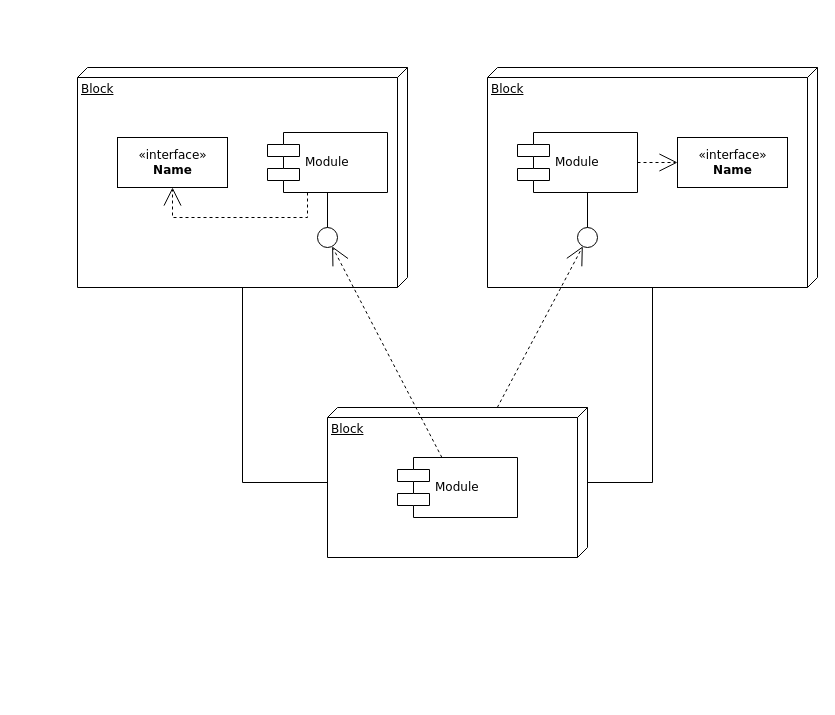
Before: class.drawio in NamSangMi/-personal-learning, a draw.io diagram. Source tidied: cells renumbered, new cells numbered last; positions are measured from the earlier drawing's top-left corner, leaving out a move shared by most shapes. Both pictures are drawn from the tidied source at 100%, with x=0, y=0 at pixel (77, 67).
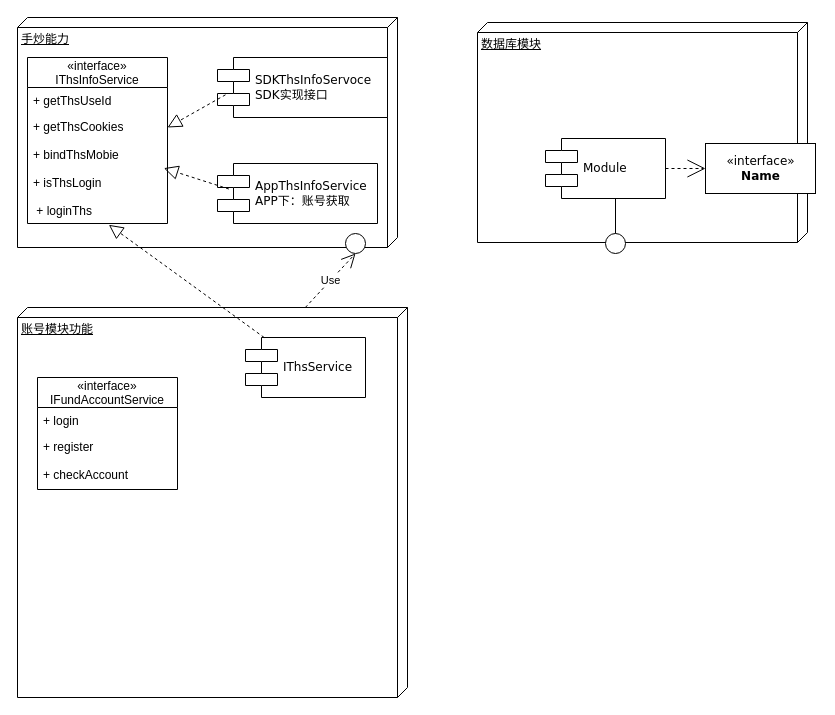
Above is the later version.

What changed in the source:
```diff
@@
-    <mxCell id="2" value="Block" style="verticalAlign=top;align=left;spacingTop=8;spacingLeft=2;spacingRight=12;shape=cube;size=10;direction=south;fontStyle=4;html=1;rounded=0;shadow=0;comic=0;labelBackgroundColor=none;strokeWidth=1;fontFamily=Verdana;fontSize=12;" parent="1" vertex="1">
-      <mxGeometry width="330" height="220" as="geometry" />
+    <mxCell id="2" value="手炒能力" style="verticalAlign=top;align=left;spacingTop=8;spacingLeft=2;spacingRight=12;shape=cube;size=10;direction=south;fontStyle=4;html=1;rounded=0;shadow=0;comic=0;labelBackgroundColor=none;strokeWidth=1;fontFamily=Verdana;fontSize=12;" parent="1" vertex="1">
+      <mxGeometry x="-60" y="-50" width="380" height="230" as="geometry" />
     </mxCell>
-    <mxCell id="3" value="Block" style="verticalAlign=top;align=left;spacingTop=8;spacingLeft=2;spacingRight=12;shape=cube;size=10;direction=south;fontStyle=4;html=1;rounded=0;shadow=0;comic=0;labelBackgroundColor=none;strokeWidth=1;fontFamily=Verdana;fontSize=12;" parent="1" vertex="1">
-      <mxGeometry x="410" width="330" height="220" as="geometry" />
+    <mxCell id="3" value="数据库模块" style="verticalAlign=top;align=left;spacingTop=8;spacingLeft=2;spacingRight=12;shape=cube;size=10;direction=south;fontStyle=4;html=1;rounded=0;shadow=0;comic=0;labelBackgroundColor=none;strokeWidth=1;fontFamily=Verdana;fontSize=12;" parent="1" vertex="1">
+      <mxGeometry x="400" y="-45" width="330" height="220" as="geometry" />
     </mxCell>
-    <mxCell id="4" value="Block" style="verticalAlign=top;align=left;spacingTop=8;spacingLeft=2;spacingRight=12;shape=cube;size=10;direction=south;fontStyle=4;html=1;rounded=0;shadow=0;comic=0;labelBackgroundColor=none;strokeWidth=1;fontFamily=Verdana;fontSize=12;" parent="1" vertex="1">
-      <mxGeometry x="250" y="340" width="260" height="150" as="geometry" />
+    <mxCell id="4" value="账号模块功能" style="verticalAlign=top;align=left;spacingTop=8;spacingLeft=2;spacingRight=12;shape=cube;size=10;direction=south;fontStyle=4;html=1;rounded=0;shadow=0;comic=0;labelBackgroundColor=none;strokeWidth=1;fontFamily=Verdana;fontSize=12;" parent="1" vertex="1">
+      <mxGeometry x="-60" y="240" width="390" height="390" as="geometry" />
     </mxCell>
-    <mxCell id="5" value="&amp;laquo;interface&amp;raquo;&lt;br&gt;&lt;b&gt;Name&lt;/b&gt;" style="html=1;rounded=0;shadow=0;comic=0;labelBackgroundColor=none;strokeWidth=1;fontFamily=Verdana;fontSize=12;align=center;" parent="1" vertex="1">
-      <mxGeometry x="40" y="70" width="110" height="50" as="geometry" />
-    </mxCell>
-    <mxCell id="6" value="Module" style="shape=component;align=left;spacingLeft=36;rounded=0;shadow=0;comic=0;labelBackgroundColor=none;strokeWidth=1;fontFamily=Verdana;fontSize=12;html=1;" parent="1" vertex="1">
-      <mxGeometry x="190" y="65" width="120" height="60" as="geometry" />
+    <mxCell id="6" value="SDKThsInfoServoce&lt;br&gt;SDK实现接口" style="shape=component;align=left;spacingLeft=36;rounded=0;shadow=0;comic=0;labelBackgroundColor=none;strokeWidth=1;fontFamily=Verdana;fontSize=12;html=1;" parent="1" vertex="1">
+      <mxGeometry x="140" y="-10" width="170" height="60" as="geometry" />
     </mxCell>
     <mxCell id="7" style="ellipse;whiteSpace=wrap;html=1;rounded=0;shadow=0;comic=0;labelBackgroundColor=none;strokeWidth=1;fontFamily=Verdana;fontSize=12;align=center;" parent="1" vertex="1">
-      <mxGeometry x="240" y="160" width="20" height="20" as="geometry" />
+      <mxGeometry x="268" y="166" width="20" height="20" as="geometry" />
     </mxCell>
     <mxCell id="8" value="Module" style="shape=component;align=left;spacingLeft=36;rounded=0;shadow=0;comic=0;labelBackgroundColor=none;strokeWidth=1;fontFamily=Verdana;fontSize=12;html=1;" parent="1" vertex="1">
-      <mxGeometry x="440" y="65" width="120" height="60" as="geometry" />
+      <mxGeometry x="468" y="71" width="120" height="60" as="geometry" />
     </mxCell>
     <mxCell id="9" value="&amp;laquo;interface&amp;raquo;&lt;br&gt;&lt;b&gt;Name&lt;/b&gt;" style="html=1;rounded=0;shadow=0;comic=0;labelBackgroundColor=none;strokeWidth=1;fontFamily=Verdana;fontSize=12;align=center;" parent="1" vertex="1">
-      <mxGeometry x="600" y="70" width="110" height="50" as="geometry" />
+      <mxGeometry x="628" y="76" width="110" height="50" as="geometry" />
     </mxCell>
     <mxCell id="10" style="ellipse;whiteSpace=wrap;html=1;rounded=0;shadow=0;comic=0;labelBackgroundColor=none;strokeWidth=1;fontFamily=Verdana;fontSize=12;align=center;" parent="1" vertex="1">
-      <mxGeometry x="500" y="160" width="20" height="20" as="geometry" />
+      <mxGeometry x="528" y="166" width="20" height="20" as="geometry" />
     </mxCell>
-    <mxCell id="11" value="Module" style="shape=component;align=left;spacingLeft=36;rounded=0;shadow=0;comic=0;labelBackgroundColor=none;strokeWidth=1;fontFamily=Verdana;fontSize=12;html=1;" parent="1" vertex="1">
-      <mxGeometry x="320" y="390" width="120" height="60" as="geometry" />
-    </mxCell>
-    <mxCell id="12" style="edgeStyle=none;rounded=0;html=1;dashed=1;labelBackgroundColor=none;startArrow=none;startFill=0;startSize=8;endArrow=open;endFill=0;endSize=16;fontFamily=Verdana;fontSize=12;" parent="1" edge="1" source="11" target="7">
-      <mxGeometry relative="1" as="geometry" />
-    </mxCell>
-    <mxCell id="13" style="edgeStyle=none;rounded=0;html=1;dashed=1;labelBackgroundColor=none;startArrow=none;startFill=0;startSize=8;endArrow=open;endFill=0;endSize=16;fontFamily=Verdana;fontSize=12;" parent="1" edge="1" source="4" target="10">
-      <mxGeometry relative="1" as="geometry" />
-    </mxCell>
@@
-    <mxCell id="15" style="edgeStyle=elbowEdgeStyle;rounded=0;html=1;labelBackgroundColor=none;startArrow=none;startFill=0;startSize=8;endArrow=none;endFill=0;endSize=16;fontFamily=Verdana;fontSize=12;" parent="1" edge="1" source="7" target="6">
-      <mxGeometry relative="1" as="geometry" />
-    </mxCell>
-    <mxCell id="16" style="edgeStyle=orthogonalEdgeStyle;rounded=0;html=1;labelBackgroundColor=none;startArrow=none;startFill=0;startSize=8;endArrow=open;endFill=0;endSize=16;fontFamily=Verdana;fontSize=12;dashed=1;" parent="1" edge="1" source="6" target="5">
-      <mxGeometry relative="1" as="geometry">
-        <Array as="points">
-          <mxPoint x="230" y="150" />
-          <mxPoint x="95" y="150" />
-        </Array>
-      </mxGeometry>
-    </mxCell>
@@
-    <mxCell id="18" style="edgeStyle=orthogonalEdgeStyle;rounded=0;html=1;labelBackgroundColor=none;startArrow=none;startFill=0;startSize=8;endArrow=none;endFill=0;endSize=16;fontFamily=Verdana;fontSize=12;" parent="1" edge="1" source="4" target="3">
-      <mxGeometry relative="1" as="geometry">
-        <Array as="points">
-          <mxPoint x="575" y="415" />
-        </Array>
-      </mxGeometry>
-    </mxCell>
-    <mxCell id="19" style="edgeStyle=orthogonalEdgeStyle;rounded=0;html=1;labelBackgroundColor=none;startArrow=none;startFill=0;startSize=8;endArrow=none;endFill=0;endSize=16;fontFamily=Verdana;fontSize=12;" parent="1" edge="1" source="4" target="2">
-      <mxGeometry relative="1" as="geometry">
-        <Array as="points">
-          <mxPoint x="165" y="415" />
-        </Array>
-      </mxGeometry>
-    </mxCell>
+    <mxCell id="20" value="«interface»&#10;IThsInfoService" style="swimlane;fontStyle=0;horizontal=1;startSize=30;" parent="1" vertex="1">
+      <mxGeometry x="-50" y="-10" width="140" height="166" as="geometry" />
+    </mxCell>
+    <mxCell id="21" value="+ getThsUseId" style="text;strokeColor=none;fillColor=none;align=left;verticalAlign=top;spacingLeft=4;spacingRight=4;overflow=hidden;" parent="20" vertex="1">
+      <mxGeometry y="30" width="140" height="26" as="geometry" />
+    </mxCell>
+    <mxCell id="22" value="+ getThsCookies" style="text;strokeColor=none;fillColor=none;align=left;verticalAlign=top;spacingLeft=4;spacingRight=4;overflow=hidden;points=[[0,0.5],[1,0.5]];portConstraint=eastwest;" parent="20" vertex="1">
+      <mxGeometry y="56" width="140" height="28" as="geometry" />
+    </mxCell>
+    <mxCell id="23" value="+ bindThsMobie" style="text;strokeColor=none;fillColor=none;align=left;verticalAlign=top;spacingLeft=4;spacingRight=4;overflow=hidden;" parent="20" vertex="1">
+      <mxGeometry y="84" width="140" height="28" as="geometry" />
+    </mxCell>
+    <mxCell id="24" value="+ isThsLogin" style="text;strokeColor=none;fillColor=none;align=left;verticalAlign=top;spacingLeft=4;spacingRight=4;overflow=hidden;points=[[0,0.5],[1,0.5]];portConstraint=eastwest;" parent="20" vertex="1">
+      <mxGeometry y="112" width="140" height="28" as="geometry" />
+    </mxCell>
+    <mxCell id="25" value=" + loginThs" style="text;strokeColor=none;fillColor=none;align=left;verticalAlign=top;spacingLeft=4;spacingRight=4;overflow=hidden;points=[[0,0.5],[1,0.5]];portConstraint=eastwest;" parent="20" vertex="1">
+      <mxGeometry y="140" width="140" height="26" as="geometry" />
+    </mxCell>
+    <mxCell id="26" value="AppThsInfoService&lt;br&gt;APP下：账号获取" style="shape=component;align=left;spacingLeft=36;rounded=0;shadow=0;comic=0;labelBackgroundColor=none;strokeWidth=1;fontFamily=Verdana;fontSize=12;html=1;" parent="1" vertex="1">
+      <mxGeometry x="140" y="96" width="160" height="60" as="geometry" />
+    </mxCell>
+    <mxCell id="27" value="«interface»&#10;IFundAccountService" style="swimlane;fontStyle=0;horizontal=1;startSize=30;" parent="1" vertex="1">
+      <mxGeometry x="-40" y="310" width="140" height="112" as="geometry" />
+    </mxCell>
+    <mxCell id="28" value="+ login" style="text;strokeColor=none;fillColor=none;align=left;verticalAlign=top;spacingLeft=4;spacingRight=4;overflow=hidden;" parent="27" vertex="1">
+      <mxGeometry y="30" width="140" height="26" as="geometry" />
+    </mxCell>
+    <mxCell id="29" value="+ register" style="text;strokeColor=none;fillColor=none;align=left;verticalAlign=top;spacingLeft=4;spacingRight=4;overflow=hidden;" parent="27" vertex="1">
+      <mxGeometry y="56" width="140" height="28" as="geometry" />
+    </mxCell>
+    <mxCell id="30" value="+ checkAccount" style="text;strokeColor=none;fillColor=none;align=left;verticalAlign=top;spacingLeft=4;spacingRight=4;overflow=hidden;" parent="27" vertex="1">
+      <mxGeometry y="84" width="140" height="28" as="geometry" />
+    </mxCell>
+    <mxCell id="31" value="IThsService&lt;br&gt;" style="shape=component;align=left;spacingLeft=36;rounded=0;shadow=0;comic=0;labelBackgroundColor=none;strokeWidth=1;fontFamily=Verdana;fontSize=12;html=1;" parent="1" vertex="1">
+      <mxGeometry x="168" y="270" width="120" height="60" as="geometry" />
+    </mxCell>
+    <mxCell id="32" value="Use" style="endArrow=open;endSize=12;dashed=1;html=1;entryX=0.5;entryY=1;entryDx=0;entryDy=0;exitX=0;exitY=0.262;exitDx=0;exitDy=0;exitPerimeter=0;" parent="1" edge="1" source="4" target="7">
+      <mxGeometry relative="1" as="geometry" />
+    </mxCell>
+    <mxCell id="33" style="endArrow=block;dashed=1;endFill=0;endSize=12;html=1;entryX=0.581;entryY=1.051;entryDx=0;entryDy=0;entryPerimeter=0;" parent="1" edge="1" source="31" target="25">
+      <mxGeometry relative="1" as="geometry" />
+    </mxCell>
+    <mxCell id="34" style="endArrow=block;dashed=1;endFill=0;endSize=12;html=1;entryX=0.974;entryY=-0.048;entryDx=0;entryDy=0;entryPerimeter=0;exitX=0.071;exitY=0.425;exitDx=0;exitDy=0;exitPerimeter=0;" parent="1" edge="1" source="26" target="24">
+      <mxGeometry relative="1" as="geometry" />
+    </mxCell>
+    <mxCell id="35" style="endArrow=block;dashed=1;endFill=0;endSize=12;html=1;entryX=1;entryY=0.5;entryDx=0;entryDy=0;exitX=0.047;exitY=0.622;exitDx=0;exitDy=0;exitPerimeter=0;" parent="1" edge="1" source="6" target="22">
+      <mxGeometry relative="1" as="geometry" />
+    </mxCell>
```
